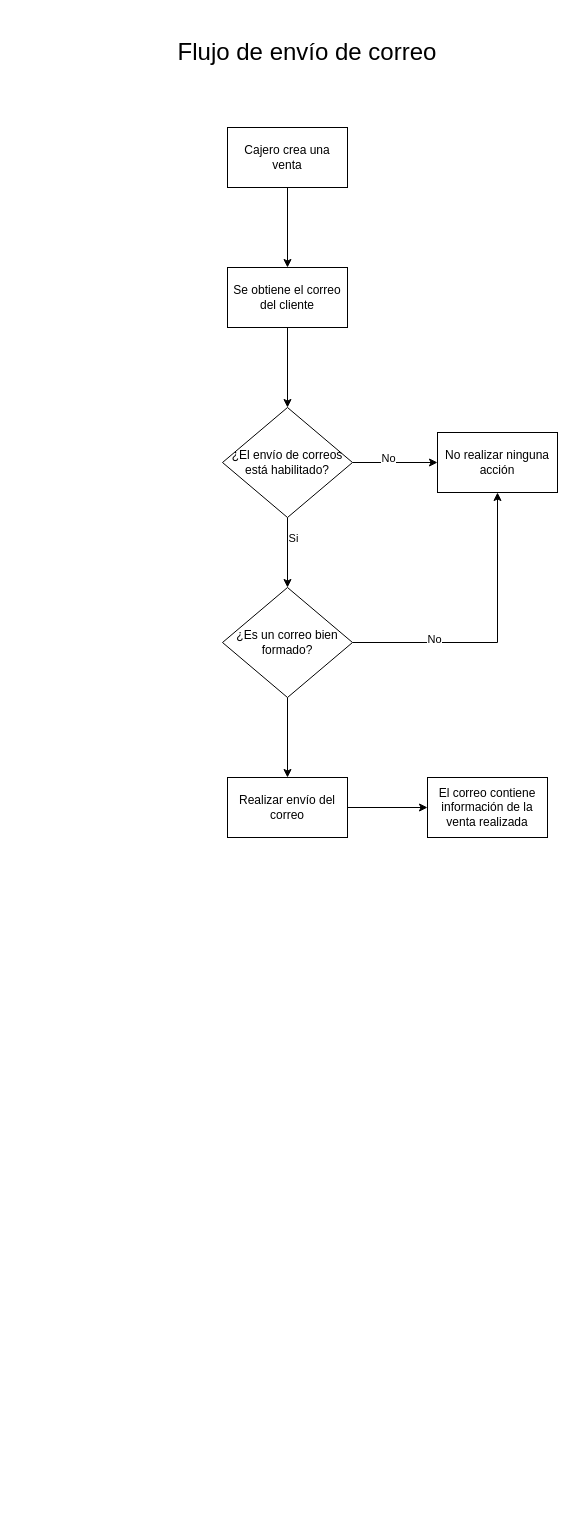
This is docs/diagramas fuente/Flujo de envio de correos.drawio from SIREDA-UNAD/taller-laravel-sireda, a draw.io file, before an edit. Source tidied: cells renumbered, new cells numbered last; positions are measured from the earlier drawing's top-left corner, leaving out a move shared by most shapes. Both pictures are drawn from the tidied source at 100%, with x=0, y=0 at pixel (107, 17).
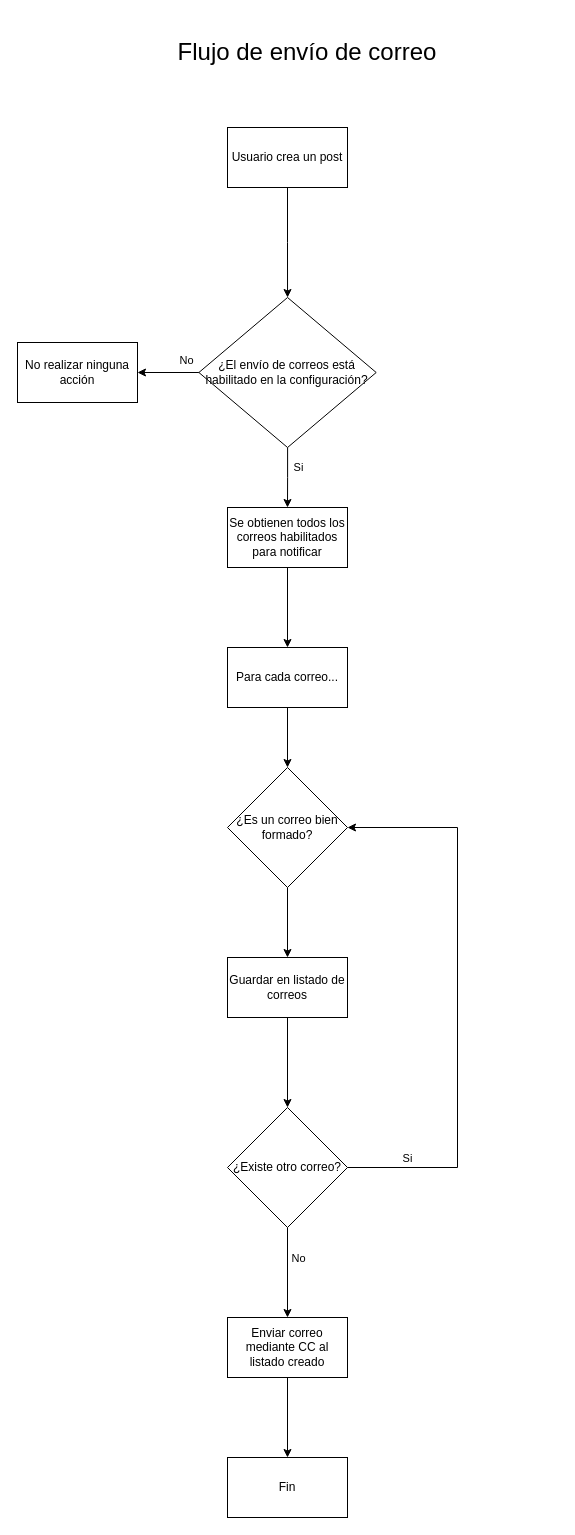
After the change.

Change to the diagram source:
```diff
@@
-    <mxCell id="2" style="edgeStyle=orthogonalEdgeStyle;rounded=0;jettySize=auto;html=1;" parent="1" edge="1" source="3" target="5">
-      <mxGeometry relative="1" as="geometry" />
-    </mxCell>
+    <mxCell id="20" style="edgeStyle=orthogonalEdgeStyle;rounded=0;jettySize=auto;html=1;entryX=0.5;entryY=0;entryDx=0;entryDy=0;" parent="1" edge="1" source="3" target="10">
+      <mxGeometry relative="1" as="geometry" />
+    </mxCell>
-    <mxCell id="3" value="Cajero crea una venta" style="rounded=0;whiteSpace=wrap;html=1;" parent="1" vertex="1">
+    <mxCell id="3" value="Usuario crea un post" style="rounded=0;whiteSpace=wrap;html=1;" parent="1" vertex="1">
       <mxGeometry x="120" y="110" width="120" height="60" as="geometry" />
     </mxCell>
-    <mxCell id="4" style="edgeStyle=orthogonalEdgeStyle;rounded=0;jettySize=auto;html=1;" parent="1" edge="1" source="5" target="10">
-      <mxGeometry relative="1" as="geometry" />
-    </mxCell>
-    <mxCell id="5" value="Se obtiene el correo del cliente" style="rounded=0;whiteSpace=wrap;html=1;" parent="1" vertex="1">
-      <mxGeometry x="120" y="250" width="120" height="60" as="geometry" />
-    </mxCell>
@@
-    <mxCell id="8" style="edgeStyle=orthogonalEdgeStyle;rounded=0;jettySize=auto;html=1;entryX=0.5;entryY=0;entryDx=0;entryDy=0;" parent="1" edge="1" source="10" target="15">
-      <mxGeometry relative="1" as="geometry" />
-    </mxCell>
-    <mxCell id="9" value="Si" style="edgeLabel;html=1;align=center;verticalAlign=middle;" parent="8" vertex="1">
-      <mxGeometry x="-0.43" y="5" relative="1" as="geometry" />
-    </mxCell>
+    <mxCell id="21" style="edgeStyle=orthogonalEdgeStyle;rounded=0;jettySize=auto;html=1;entryX=0.5;entryY=0;entryDx=0;entryDy=0;" parent="1" edge="1" source="10" target="24">
+      <mxGeometry relative="1" as="geometry" />
+    </mxCell>
+    <mxCell id="22" value="Si" style="edgeLabel;html=1;align=center;verticalAlign=middle;" parent="21" vertex="1">
+      <mxGeometry x="-0.61" y="1" relative="1" as="geometry">
+        <mxPoint x="9" y="8" as="offset" />
+      </mxGeometry>
+    </mxCell>
-    <mxCell id="10" value="¿El envío de correos está habilitado?" style="rhombus;whiteSpace=wrap;html=1;rounded=0;" parent="1" vertex="1">
-      <mxGeometry x="115" y="390" width="130" height="110" as="geometry" />
+    <mxCell id="10" value="¿El envío de correos está habilitado en la configuración?" style="rhombus;whiteSpace=wrap;html=1;rounded=0;" parent="1" vertex="1">
+      <mxGeometry x="91.4" y="280" width="177.3" height="150" as="geometry" />
     </mxCell>
     <mxCell id="11" value="No realizar ninguna acción" style="whiteSpace=wrap;html=1;rounded=0;" parent="1" vertex="1">
-      <mxGeometry x="330" y="415" width="120" height="60" as="geometry" />
+      <mxGeometry x="-90" y="325" width="120" height="60" as="geometry" />
     </mxCell>
-    <mxCell id="12" style="edgeStyle=orthogonalEdgeStyle;rounded=0;jettySize=auto;html=1;entryX=0.5;entryY=1;entryDx=0;entryDy=0;" parent="1" edge="1" source="15" target="11">
-      <mxGeometry relative="1" as="geometry" />
-    </mxCell>
+    <mxCell id="16" style="edgeStyle=orthogonalEdgeStyle;rounded=0;orthogonalLoop=1;jettySize=auto;html=1;" parent="1" edge="1">
+      <mxGeometry relative="1" as="geometry">
+        <mxPoint x="240" y="930" as="sourcePoint" />
+      </mxGeometry>
+    </mxCell>
+    <mxCell id="19" value="&lt;font style=&quot;font-size: 24px;&quot;&gt;Flujo de envío de correo&lt;/font&gt;" style="text;html=1;align=center;verticalAlign=middle;whiteSpace=wrap;rounded=0;" parent="1" vertex="1">
+      <mxGeometry width="400" height="70" as="geometry" />
+    </mxCell>
+    <mxCell id="23" style="edgeStyle=orthogonalEdgeStyle;rounded=0;jettySize=auto;html=1;" parent="1" edge="1" source="24" target="26">
+      <mxGeometry relative="1" as="geometry" />
+    </mxCell>
+    <mxCell id="24" value="Se obtienen todos los correos habilitados para notificar" style="rounded=0;whiteSpace=wrap;html=1;" parent="1" vertex="1">
+      <mxGeometry x="120" y="490" width="120" height="60" as="geometry" />
+    </mxCell>
+    <mxCell id="25" style="edgeStyle=orthogonalEdgeStyle;rounded=0;jettySize=auto;html=1;" parent="1" edge="1" source="26" target="15">
+      <mxGeometry relative="1" as="geometry" />
+    </mxCell>
+    <mxCell id="26" value="Para cada correo..." style="rounded=0;whiteSpace=wrap;html=1;" parent="1" vertex="1">
+      <mxGeometry x="120" y="630" width="120" height="60" as="geometry" />
+    </mxCell>
+    <mxCell id="27" style="edgeStyle=orthogonalEdgeStyle;rounded=0;jettySize=auto;html=1;" parent="1" edge="1" source="15" target="29">
+      <mxGeometry relative="1" as="geometry" />
+    </mxCell>
+    <mxCell id="15" value="¿Es un correo bien formado?" style="rhombus;whiteSpace=wrap;html=1;rounded=0;" parent="1" vertex="1">
+      <mxGeometry x="120" y="750" width="120" height="120" as="geometry" />
+    </mxCell>
+    <mxCell id="28" style="edgeStyle=orthogonalEdgeStyle;rounded=0;jettySize=auto;html=1;entryX=0.5;entryY=0;entryDx=0;entryDy=0;" parent="1" edge="1" source="29" target="33">
+      <mxGeometry relative="1" as="geometry" />
+    </mxCell>
+    <mxCell id="29" value="Guardar en listado de correos" style="whiteSpace=wrap;html=1;rounded=0;" parent="1" vertex="1">
+      <mxGeometry x="120" y="940" width="120" height="60" as="geometry" />
+    </mxCell>
+    <mxCell id="30" style="edgeStyle=orthogonalEdgeStyle;rounded=0;jettySize=auto;html=1;entryX=1;entryY=0.5;entryDx=0;entryDy=0;" parent="1" edge="1" source="33" target="15">
+      <mxGeometry relative="1" as="geometry">
+        <Array as="points">
+          <mxPoint x="350" y="1150" />
+          <mxPoint x="350" y="810" />
+        </Array>
+      </mxGeometry>
+    </mxCell>
+    <mxCell id="31" value="Si" style="edgeLabel;html=1;align=center;verticalAlign=middle;" parent="30" vertex="1">
+      <mxGeometry x="-0.77" y="2" relative="1" as="geometry">
+        <mxPoint x="-5" y="-8" as="offset" />
+      </mxGeometry>
+    </mxCell>
+    <mxCell id="32" style="edgeStyle=orthogonalEdgeStyle;rounded=0;jettySize=auto;html=1;" parent="1" edge="1" source="33" target="35">
+      <mxGeometry relative="1" as="geometry" />
+    </mxCell>
-    <mxCell id="13" value="No" style="edgeLabel;html=1;align=center;verticalAlign=middle;" parent="12" vertex="1">
-      <mxGeometry x="-0.45" y="4" relative="1" as="geometry" />
+    <mxCell id="13" value="No" style="edgeLabel;html=1;align=center;verticalAlign=middle;" parent="32" vertex="1">
+      <mxGeometry x="-0.23" y="1" relative="1" as="geometry">
+        <mxPoint x="9" y="-5" as="offset" />
+      </mxGeometry>
     </mxCell>
-    <mxCell id="14" style="edgeStyle=orthogonalEdgeStyle;rounded=0;jettySize=auto;html=1;" parent="1" edge="1" source="15" target="17">
-      <mxGeometry relative="1" as="geometry" />
-    </mxCell>
-    <mxCell id="15" value="¿Es un correo bien formado?" style="rhombus;whiteSpace=wrap;html=1;rounded=0;" parent="1" vertex="1">
-      <mxGeometry x="115" y="570" width="130" height="110" as="geometry" />
-    </mxCell>
-    <mxCell id="16" style="edgeStyle=orthogonalEdgeStyle;rounded=0;jettySize=auto;html=1;" parent="1" edge="1" source="17" target="18">
-      <mxGeometry relative="1" as="geometry" />
-    </mxCell>
-    <mxCell id="17" value="Realizar envío del correo" style="whiteSpace=wrap;html=1;rounded=0;" parent="1" vertex="1">
-      <mxGeometry x="120" y="760" width="120" height="60" as="geometry" />
-    </mxCell>
-    <mxCell id="18" value="El correo contiene información de la venta realizada" style="whiteSpace=wrap;html=1;rounded=0;" parent="1" vertex="1">
-      <mxGeometry x="320" y="760" width="120" height="60" as="geometry" />
-    </mxCell>
-    <mxCell id="19" value="&lt;font style=&quot;font-size: 24px;&quot;&gt;Flujo de envío de correo&lt;/font&gt;" style="text;html=1;align=center;verticalAlign=middle;whiteSpace=wrap;rounded=0;" parent="1" vertex="1">
-      <mxGeometry width="400" height="70" as="geometry" />
-    </mxCell>
+    <mxCell id="33" value="¿Existe otro correo?" style="rhombus;whiteSpace=wrap;html=1;rounded=0;" parent="1" vertex="1">
+      <mxGeometry x="120" y="1090" width="120" height="120" as="geometry" />
+    </mxCell>
+    <mxCell id="34" style="edgeStyle=orthogonalEdgeStyle;rounded=0;jettySize=auto;html=1;" parent="1" edge="1" source="35" target="36">
+      <mxGeometry relative="1" as="geometry" />
+    </mxCell>
+    <mxCell id="35" value="Enviar correo mediante CC al listado creado" style="whiteSpace=wrap;html=1;rounded=0;" parent="1" vertex="1">
+      <mxGeometry x="120" y="1300" width="120" height="60" as="geometry" />
+    </mxCell>
+    <mxCell id="36" value="Fin" style="whiteSpace=wrap;html=1;rounded=0;" parent="1" vertex="1">
+      <mxGeometry x="120" y="1440" width="120" height="60" as="geometry" />
+    </mxCell>
```
